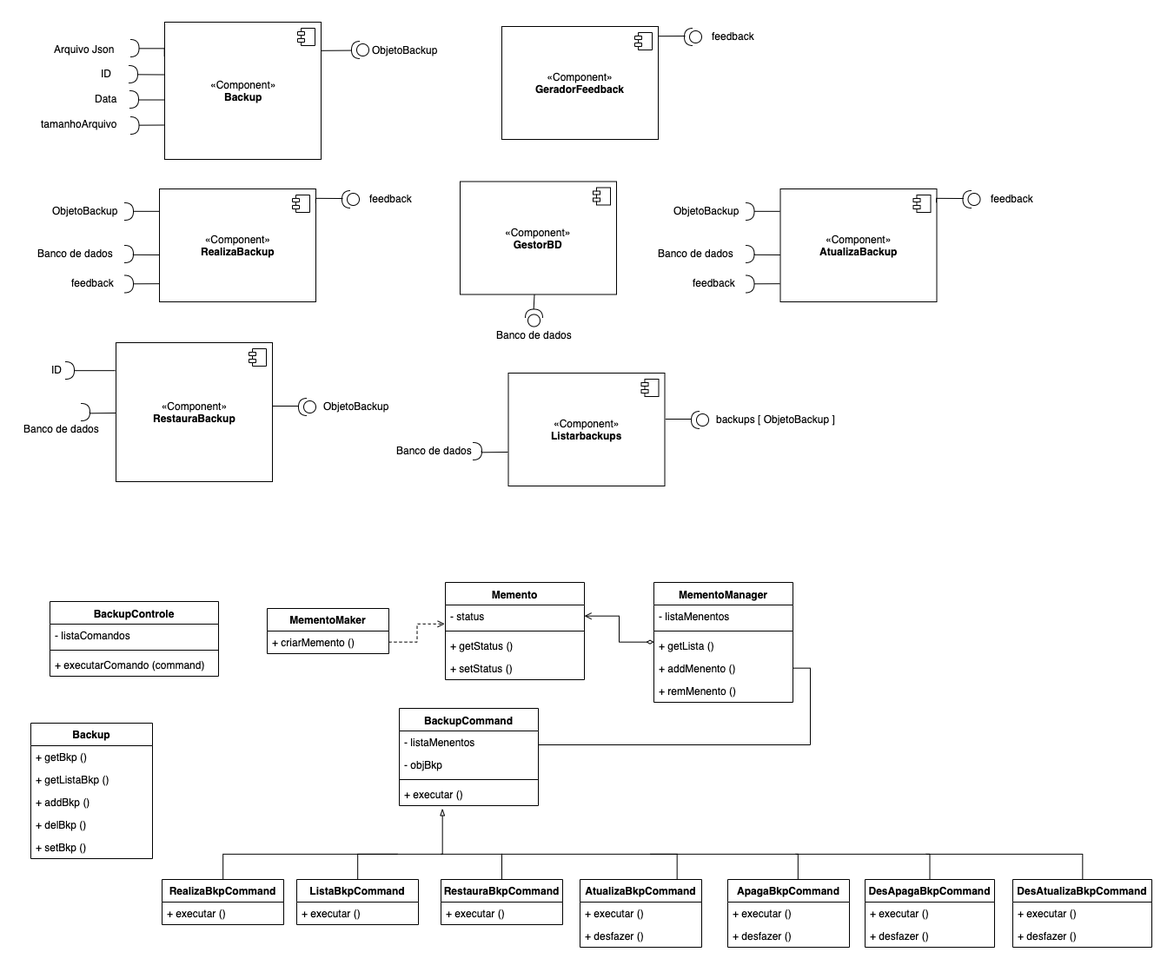
This is Diagramas.png from taisertl/OTES12, a draw.io export, as it was before one commit. Source tidied: cells renumbered, new cells last; positions are measured from the earlier drawing's top-left corner, leaving out a move shared by most shapes.
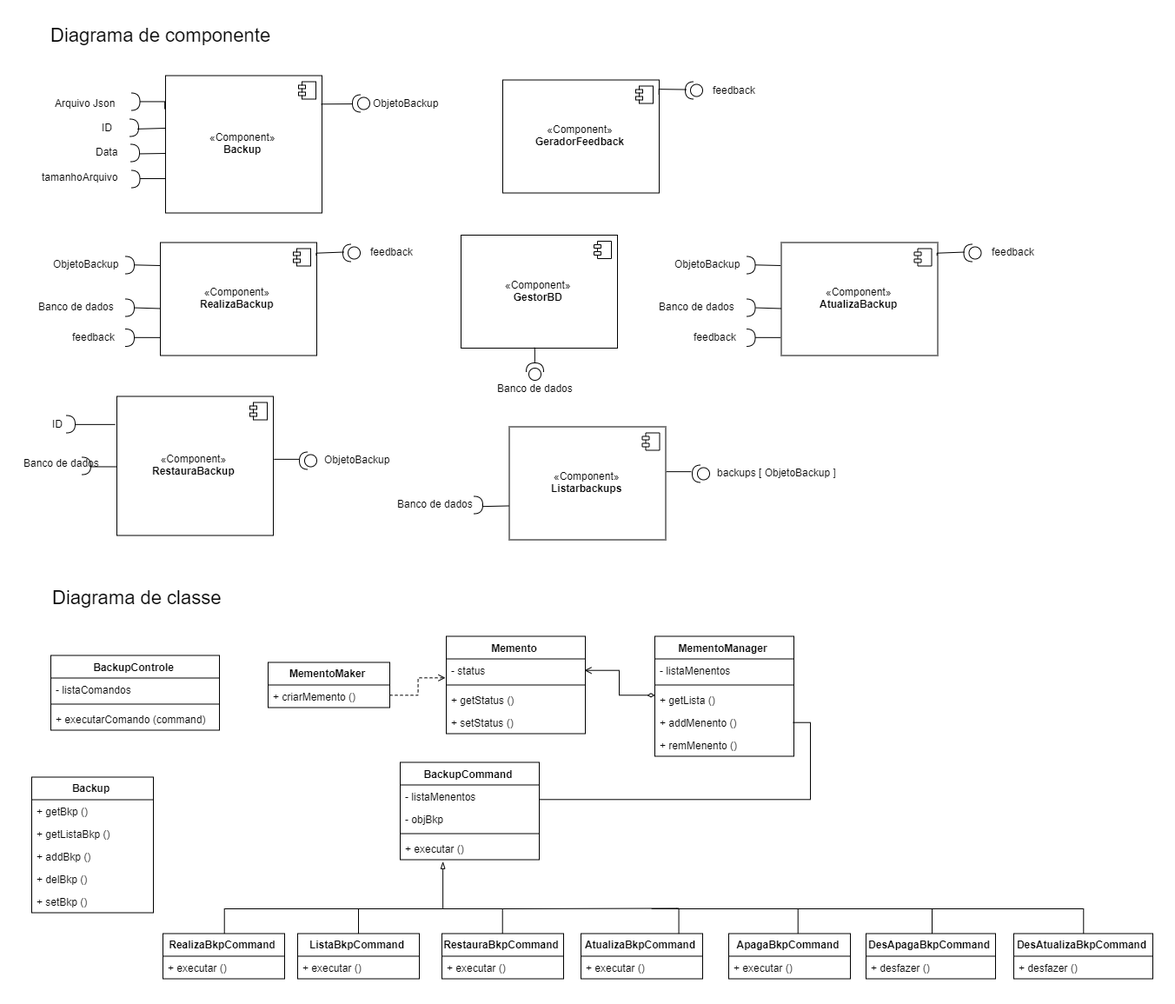
Above is the later version.

The edit, as a diff of the source:
```diff
@@ -184,7 +184,7 @@
       </mxGeometry>
     </mxCell>
     <mxCell id="49" value="Banco de dados" style="text;html=1;align=left;verticalAlign=top;spacingTop=-4;" parent="1" vertex="1">
-      <mxGeometry y="459" width="100" height="20" as="geometry" />
+      <mxGeometry x="-1" y="436.5" width="100" height="20" as="geometry" />
     </mxCell>
     <mxCell id="50" style="shape=requiredInterface;html=1;verticalLabelPosition=bottom;" parent="1" vertex="1">
       <mxGeometry x="68" y="439" width="10" height="20" as="geometry" />
@@ -371,14 +371,11 @@
       </mxGeometry>
     </mxCell>
     <mxCell id="99" value="AtualizaBkpCommand" style="swimlane;fontStyle=1;horizontal=1;startSize=26;fillColor=none;align=center;" parent="1" vertex="1">
-      <mxGeometry x="642" y="987" width="140" height="78" as="geometry" />
+      <mxGeometry x="642" y="987" width="140" height="52" as="geometry" />
     </mxCell>
     <mxCell id="100" value="+ executar ()" style="text;strokeColor=none;fillColor=none;align=left;verticalAlign=top;spacingLeft=4;spacingRight=4;overflow=hidden;" parent="99" vertex="1">
       <mxGeometry y="26" width="140" height="26" as="geometry" />
     </mxCell>
-    <mxCell id="101" value="+ desfazer ()" style="text;strokeColor=none;fillColor=none;align=left;verticalAlign=top;spacingLeft=4;spacingRight=4;overflow=hidden;" parent="99" vertex="1">
-      <mxGeometry y="52" width="140" height="26" as="geometry" />
-    </mxCell>
     <mxCell id="102" style="edgeStyle=orthogonalEdgeStyle;rounded=0;jumpSize=6;jettySize=auto;html=1;startArrow=none;startFill=0;endArrow=none;endFill=0;strokeWidth=1;" parent="1" edge="1" source="103">
       <mxGeometry relative="1" as="geometry">
         <mxPoint x="723" y="958" as="targetPoint" />
@@ -388,14 +385,11 @@
       </mxGeometry>
     </mxCell>
     <mxCell id="103" value="ApagaBkpCommand" style="swimlane;fontStyle=1;horizontal=1;startSize=26;fillColor=none;align=center;" parent="1" vertex="1">
-      <mxGeometry x="812" y="987" width="140" height="78" as="geometry" />
+      <mxGeometry x="812" y="987" width="140" height="52" as="geometry" />
     </mxCell>
     <mxCell id="104" value="+ executar ()" style="text;strokeColor=none;fillColor=none;align=left;verticalAlign=top;spacingLeft=4;spacingRight=4;overflow=hidden;" parent="103" vertex="1">
       <mxGeometry y="26" width="140" height="26" as="geometry" />
     </mxCell>
-    <mxCell id="105" value="+ desfazer ()" style="text;strokeColor=none;fillColor=none;align=left;verticalAlign=top;spacingLeft=4;spacingRight=4;overflow=hidden;" parent="103" vertex="1">
-      <mxGeometry y="52" width="140" height="26" as="geometry" />
-    </mxCell>
     <mxCell id="106" value="BackupControle" style="swimlane;fontStyle=1;align=center;verticalAlign=top;horizontal=1;startSize=26;" parent="1" vertex="1">
       <mxGeometry x="32" y="667" width="194" height="86" as="geometry" />
     </mxCell>
@@ -417,13 +411,10 @@
       </mxGeometry>
     </mxCell>
     <mxCell id="111" value="DesApagaBkpCommand" style="swimlane;fontStyle=1;horizontal=1;startSize=26;fillColor=none;align=center;" parent="1" vertex="1">
-      <mxGeometry x="970" y="987" width="149" height="78" as="geometry" />
+      <mxGeometry x="970" y="987" width="149" height="52" as="geometry" />
     </mxCell>
-    <mxCell id="112" value="+ executar ()" style="text;strokeColor=none;fillColor=none;align=left;verticalAlign=top;spacingLeft=4;spacingRight=4;overflow=hidden;" parent="111" vertex="1">
-      <mxGeometry y="26" width="149" height="26" as="geometry" />
-    </mxCell>
     <mxCell id="113" value="+ desfazer ()" style="text;strokeColor=none;fillColor=none;align=left;verticalAlign=top;spacingLeft=4;spacingRight=4;overflow=hidden;" parent="111" vertex="1">
-      <mxGeometry y="52" width="149" height="26" as="geometry" />
+      <mxGeometry y="26" width="149" height="26" as="geometry" />
     </mxCell>
     <mxCell id="114" style="edgeStyle=orthogonalEdgeStyle;rounded=0;jumpSize=6;jettySize=auto;html=1;startArrow=none;startFill=0;endArrow=none;endFill=0;strokeWidth=1;" parent="1" edge="1" source="115">
       <mxGeometry relative="1" as="geometry">
@@ -434,13 +425,10 @@
       </mxGeometry>
     </mxCell>
     <mxCell id="115" value="DesAtualizaBkpCommand" style="swimlane;fontStyle=1;horizontal=1;startSize=26;fillColor=none;align=center;" parent="1" vertex="1">
-      <mxGeometry x="1140" y="987" width="160" height="78" as="geometry" />
+      <mxGeometry x="1140" y="987" width="160" height="52" as="geometry" />
     </mxCell>
-    <mxCell id="116" value="+ executar ()" style="text;strokeColor=none;fillColor=none;align=left;verticalAlign=top;spacingLeft=4;spacingRight=4;overflow=hidden;" parent="115" vertex="1">
-      <mxGeometry y="26" width="160" height="26" as="geometry" />
-    </mxCell>
     <mxCell id="117" value="+ desfazer ()" style="text;strokeColor=none;fillColor=none;align=left;verticalAlign=top;spacingLeft=4;spacingRight=4;overflow=hidden;" parent="115" vertex="1">
-      <mxGeometry y="52" width="160" height="26" as="geometry" />
+      <mxGeometry y="26" width="160" height="26" as="geometry" />
     </mxCell>
     <mxCell id="118" value="«Component»&lt;br&gt;&lt;b&gt;AtualizaBackup&lt;/b&gt;" style="html=1;" parent="1" vertex="1">
       <mxGeometry x="872.5" y="192" width="180" height="130" as="geometry" />
@@ -497,5 +485,11 @@
     <mxCell id="131" value="feedback" style="text;html=1;align=left;verticalAlign=top;spacingTop=-4;" parent="1" vertex="1">
       <mxGeometry x="769.5" y="291.5" width="60" height="20" as="geometry" />
     </mxCell>
+    <mxCell id="132" value="Diagrama de componente" style="text;html=1;align=left;verticalAlign=top;spacingTop=-4;fontSize=22;" parent="1" vertex="1">
+      <mxGeometry x="30" y="-61.5" width="270" height="30" as="geometry" />
+    </mxCell>
+    <mxCell id="133" value="Diagrama de classe" style="text;html=1;align=left;verticalAlign=top;spacingTop=-4;fontSize=22;" parent="1" vertex="1">
+      <mxGeometry x="32" y="585.5" width="210" height="30" as="geometry" />
+    </mxCell>
   </root>
 </mxGraphModel>
```
